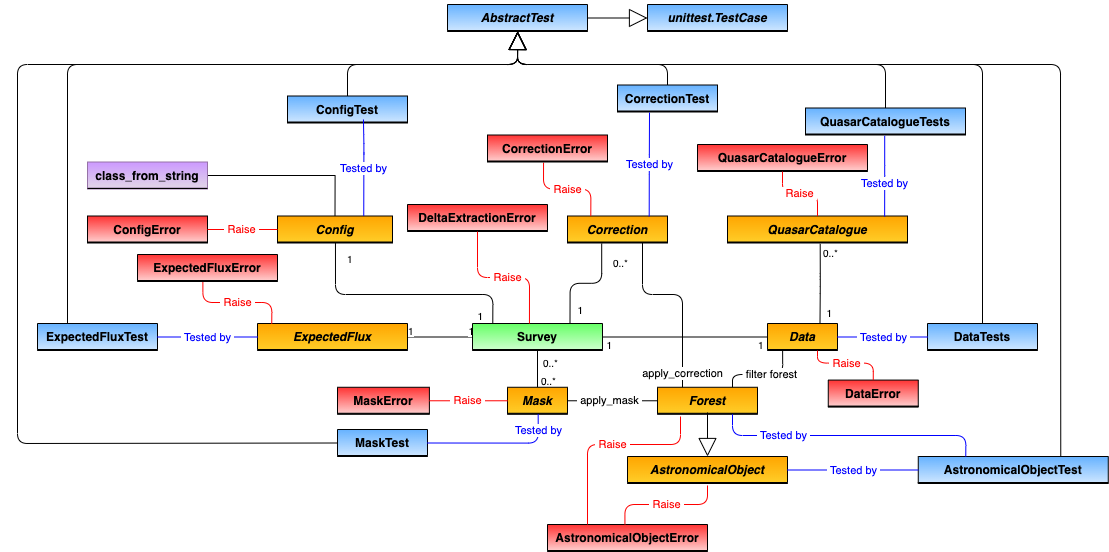
This is docs/delta_extraction/data_model/data_model-Simplified Main.png from igmhub/picca, a draw.io export, as it was before one commit. Source tidied: cells renumbered, new cells last; positions are measured from the earlier drawing's top-left corner, leaving out a move shared by most shapes.
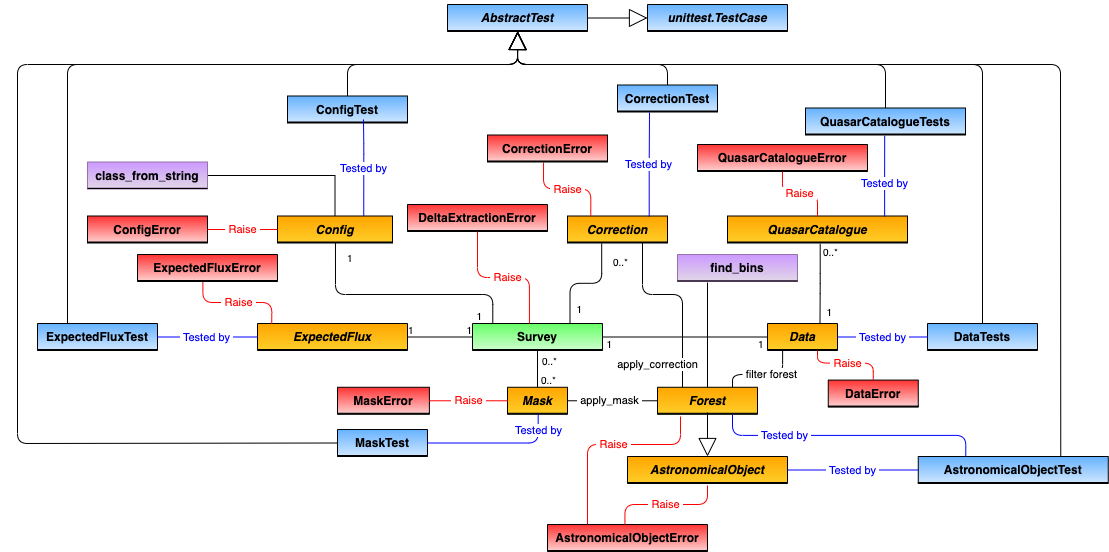
Later version of the same file.

Commit message:
updated data model diagrams

Diff of the diagram source:
```diff
@@ -123,7 +123,7 @@
       <mxGeometry y="26" width="120" height="1" as="geometry" />
     </mxCell>
     <mxCell id="35" value="&amp;nbsp;apply_correction&amp;nbsp;" style="endArrow=none;html=1;edgeStyle=orthogonalEdgeStyle;exitX=0.25;exitY=0;exitDx=0;exitDy=0;entryX=0.75;entryY=1;entryDx=0;entryDy=0;" parent="1" edge="1" source="14" target="10">
-      <mxGeometry x="-0.84" relative="1" as="geometry">
+      <mxGeometry x="-0.75" y="25" relative="1" as="geometry">
         <Array as="points">
           <mxPoint x="665" y="290" />
           <mxPoint x="625" y="290" />
@@ -508,5 +508,14 @@
         <mxPoint x="10" as="offset" />
       </mxGeometry>
     </mxCell>
+    <mxCell id="124" style="edgeStyle=orthogonalEdgeStyle;rounded=0;jettySize=auto;html=1;exitX=0.25;exitY=2;exitDx=0;exitDy=0;endArrow=none;endFill=0;entryX=0.5;entryY=0;entryDx=0;entryDy=0;exitPerimeter=0;" parent="1" edge="1" source="126" target="14">
+      <mxGeometry relative="1" as="geometry" />
+    </mxCell>
+    <mxCell id="125" value="find_bins" style="swimlane;fontStyle=1;horizontal=1;startSize=26;swimlaneFillColor=#ffffff;rounded=0;shadow=0;glass=0;comic=0;strokeColor=#9673a6;swimlaneLine=1;gradientDirection=north;fillColor=#e1d5e7;gradientColor=#CC99FF;" parent="1" vertex="1">
+      <mxGeometry x="660" y="250" width="120" height="27" as="geometry" />
+    </mxCell>
+    <mxCell id="126" style="line;strokeWidth=1;fillColor=none;align=left;verticalAlign=middle;spacingTop=-1;spacingLeft=3;spacingRight=3;labelPosition=right;points=[];portConstraint=eastwest;rounded=0;shadow=0;glass=0;comic=0;" parent="125" vertex="1">
+      <mxGeometry y="26" width="120" height="1" as="geometry" />
+    </mxCell>
   </root>
 </mxGraphModel>
```
